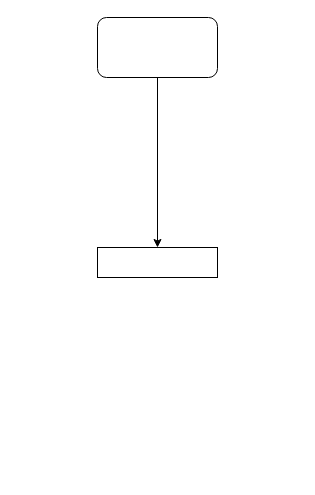
Earlier version of the draw.io diagram summa/Untitled Diagram.drawio (OFts/flowcharts). Source tidied: cells renumbered, new cells numbered last; positions are measured from the earlier drawing's top-left corner, leaving out a move shared by most shapes. Both pictures are drawn from the tidied source at 100%, with x=0, y=0 at pixel (97, 17).
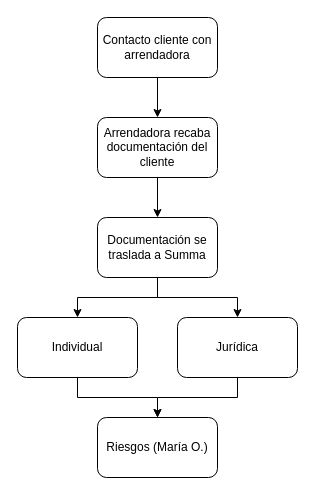
The same page after the edit.

Commit message:
Diagrama actualizado

Diff of the diagram source:
```diff
@@
 <mxGraphModel>
   <root>
     <mxCell id="0" />
     <mxCell id="1" parent="0" />
-    <mxCell id="2" style="edgeStyle=orthogonalEdgeStyle;rounded=0;jettySize=auto;html=1;entryX=0.5;entryY=0;entryDx=0;entryDy=0;exitX=0.5;exitY=1;exitDx=0;exitDy=0;" parent="1" edge="1" source="4" target="3">
+    <mxCell id="2" style="edgeStyle=orthogonalEdgeStyle;rounded=0;jettySize=auto;html=1;entryX=0.5;entryY=0;entryDx=0;entryDy=0;exitX=0.5;exitY=1;exitDx=0;exitDy=0;" parent="1" edge="1" source="4" target="6">
       <mxGeometry relative="1" as="geometry" />
     </mxCell>
-    <mxCell id="3" style="rounded=0;whiteSpace=wrap;html=1;" parent="1" vertex="1">
-      <mxGeometry y="230" width="120" height="30" as="geometry" />
-    </mxCell>
-    <mxCell id="4" style="rounded=1;whiteSpace=wrap;html=1;" parent="1" vertex="1">
+    <mxCell id="4" value="Contacto cliente con arrendadora" style="rounded=1;whiteSpace=wrap;html=1;" parent="1" vertex="1">
       <mxGeometry width="120" height="60" as="geometry" />
     </mxCell>
+    <mxCell id="5" style="edgeStyle=orthogonalEdgeStyle;rounded=0;jettySize=auto;html=1;" parent="1" edge="1" source="6" target="9">
+      <mxGeometry relative="1" as="geometry" />
+    </mxCell>
+    <mxCell id="6" value="Arrendadora recaba documentación del cliente" style="rounded=1;whiteSpace=wrap;html=1;" parent="1" vertex="1">
+      <mxGeometry y="100" width="120" height="60" as="geometry" />
+    </mxCell>
+    <mxCell id="7" style="edgeStyle=orthogonalEdgeStyle;rounded=0;jettySize=auto;html=1;" parent="1" edge="1" source="9" target="11">
+      <mxGeometry relative="1" as="geometry" />
+    </mxCell>
+    <mxCell id="8" style="edgeStyle=orthogonalEdgeStyle;rounded=0;jettySize=auto;html=1;" parent="1" edge="1" source="9" target="13">
+      <mxGeometry relative="1" as="geometry" />
+    </mxCell>
+    <mxCell id="9" value="Documentación se traslada a Summa" style="whiteSpace=wrap;html=1;rounded=1;" parent="1" vertex="1">
+      <mxGeometry y="200" width="120" height="60" as="geometry" />
+    </mxCell>
+    <mxCell id="10" style="edgeStyle=orthogonalEdgeStyle;rounded=0;jettySize=auto;html=1;" parent="1" edge="1" source="11" target="14">
+      <mxGeometry relative="1" as="geometry" />
+    </mxCell>
+    <mxCell id="11" value="Individual" style="whiteSpace=wrap;html=1;rounded=1;" parent="1" vertex="1">
+      <mxGeometry x="-80" y="300" width="120" height="60" as="geometry" />
+    </mxCell>
+    <mxCell id="12" style="edgeStyle=orthogonalEdgeStyle;rounded=0;jettySize=auto;html=1;" parent="1" edge="1" source="13" target="14">
+      <mxGeometry relative="1" as="geometry" />
+    </mxCell>
+    <mxCell id="13" value="Jurídica" style="whiteSpace=wrap;html=1;rounded=1;" parent="1" vertex="1">
+      <mxGeometry x="80" y="300" width="120" height="60" as="geometry" />
+    </mxCell>
+    <mxCell id="14" value="Riesgos (María O.)" style="whiteSpace=wrap;html=1;rounded=1;" parent="1" vertex="1">
+      <mxGeometry y="400" width="120" height="60" as="geometry" />
+    </mxCell>
   </root>
 </mxGraphModel>
```
